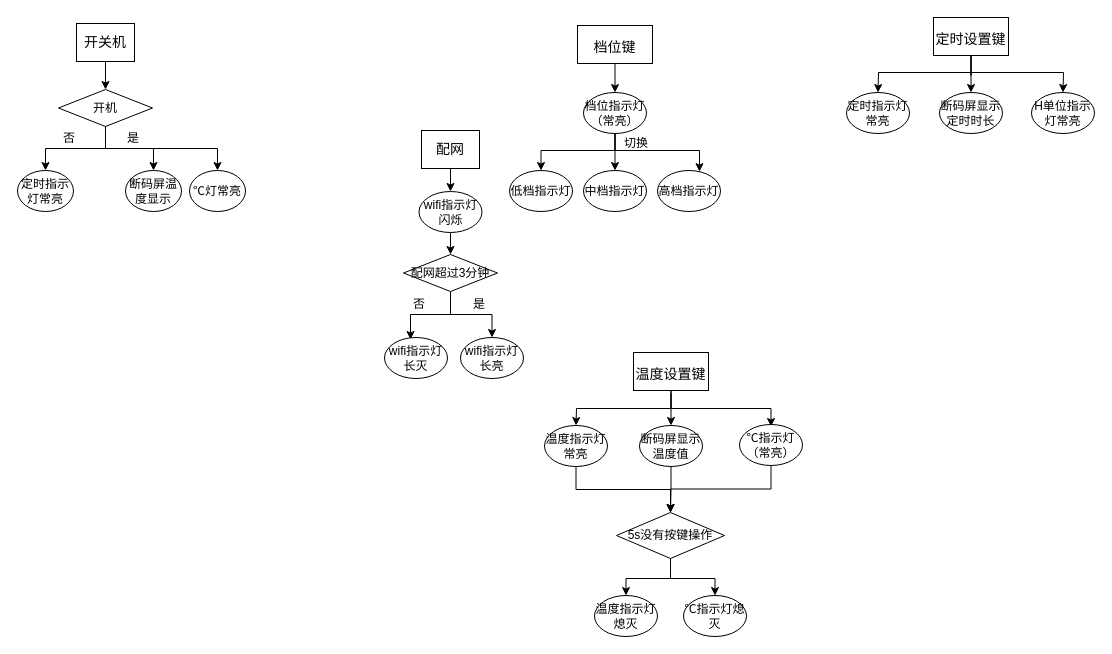
Earlier version of the draw.io diagram led_frame.drawio (JeffYec/Jeff). Source tidied: cells renumbered, new cells numbered last; positions are measured from the earlier drawing's top-left corner, leaving out a move shared by most shapes. Both pictures are drawn from the tidied source at 100%, with x=0, y=0 at pixel (17, 17).
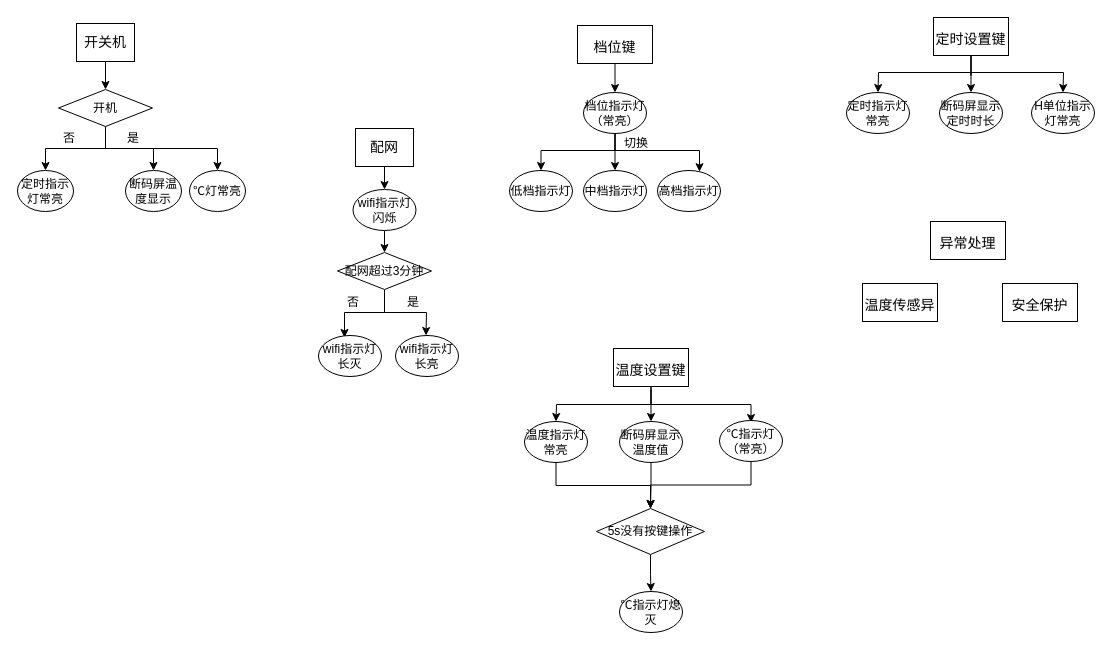
The same page after the edit.

Diff of the diagram source:
```diff
@@
     <mxCell id="6" style="edgeStyle=orthogonalEdgeStyle;rounded=0;jettySize=auto;html=1;" parent="1" edge="1" source="9" target="30">
       <mxGeometry relative="1" as="geometry">
         <Array as="points">
-          <mxPoint x="654" y="391" />
-          <mxPoint x="559" y="391" />
+          <mxPoint x="634" y="387" />
+          <mxPoint x="539" y="387" />
         </Array>
       </mxGeometry>
     </mxCell>
     <mxCell id="7" style="edgeStyle=orthogonalEdgeStyle;rounded=0;orthogonalLoop=1;jettySize=auto;html=1;exitX=0.5;exitY=1;exitDx=0;exitDy=0;" parent="1" edge="1">
       <mxGeometry relative="1" as="geometry">
-        <mxPoint x="653.5" y="376" as="sourcePoint" />
-        <mxPoint x="753.5" y="409" as="targetPoint" />
+        <mxPoint x="633.5" y="372" as="sourcePoint" />
+        <mxPoint x="733.5" y="405" as="targetPoint" />
         <Array as="points">
-          <mxPoint x="654" y="391" />
-          <mxPoint x="754" y="391" />
+          <mxPoint x="634" y="387" />
+          <mxPoint x="734" y="387" />
         </Array>
       </mxGeometry>
     </mxCell>
@@
     <mxCell id="9" value="&lt;span style=&quot;font-size: 14px&quot;&gt;温度设置键&lt;/span&gt;" style="rounded=0;whiteSpace=wrap;html=1;fontSize=24;" parent="1" vertex="1">
-      <mxGeometry x="616" y="335" width="75" height="38" as="geometry" />
+      <mxGeometry x="596" y="331" width="75" height="38" as="geometry" />
     </mxCell>
@@
     <mxCell id="15" value="配网" style="rounded=0;whiteSpace=wrap;html=1;fontSize=14;" parent="1" vertex="1">
-      <mxGeometry x="404" y="113" width="58" height="38" as="geometry" />
+      <mxGeometry x="338" y="111" width="58" height="38" as="geometry" />
     </mxCell>
@@
     <mxCell id="17" value="wifi指示灯闪烁" style="ellipse;whiteSpace=wrap;html=1;" parent="1" vertex="1">
-      <mxGeometry x="401.5" y="174" width="63" height="41" as="geometry" />
+      <mxGeometry x="335.5" y="172" width="63" height="41" as="geometry" />
     </mxCell>
@@
-    <mxCell id="19" style="edgeStyle=orthogonalEdgeStyle;rounded=0;jettySize=auto;html=1;exitX=0.5;exitY=1;exitDx=0;exitDy=0;entryX=0.5;entryY=0;entryDx=0;entryDy=0;" parent="1" edge="1" source="20" target="34">
-      <mxGeometry relative="1" as="geometry" />
+    <mxCell id="19" style="edgeStyle=orthogonalEdgeStyle;rounded=0;jettySize=auto;html=1;exitX=0.5;exitY=1;exitDx=0;exitDy=0;entryX=0.5;entryY=0;entryDx=0;entryDy=0;" parent="1" edge="1" source="20">
+      <mxGeometry relative="1" as="geometry">
+        <mxPoint x="408.5" y="318" as="targetPoint" />
+      </mxGeometry>
     </mxCell>
     <mxCell id="20" value="配网超过3分钟" style="rhombus;whiteSpace=wrap;html=1;" parent="1" vertex="1">
-      <mxGeometry x="386" y="237" width="94" height="37" as="geometry" />
+      <mxGeometry x="320" y="235" width="94" height="37" as="geometry" />
     </mxCell>
@@
     <mxCell id="30" value="温度指示灯常亮" style="ellipse;whiteSpace=wrap;html=1;" parent="1" vertex="1">
-      <mxGeometry x="527" y="408" width="63" height="41" as="geometry" />
+      <mxGeometry x="507" y="404" width="63" height="41" as="geometry" />
     </mxCell>
@@
     <mxCell id="32" value="℃指示灯（常亮）" style="ellipse;whiteSpace=wrap;html=1;" parent="1" vertex="1">
-      <mxGeometry x="722" y="407" width="63" height="41" as="geometry" />
+      <mxGeometry x="702" y="403" width="63" height="41" as="geometry" />
     </mxCell>
     <mxCell id="33" value="wifi指示灯长灭" style="ellipse;whiteSpace=wrap;html=1;" parent="1" vertex="1">
-      <mxGeometry x="367" y="320" width="63" height="41" as="geometry" />
+      <mxGeometry x="301" y="318" width="63" height="41" as="geometry" />
     </mxCell>
     <mxCell id="34" value="wifi指示灯长亮" style="ellipse;whiteSpace=wrap;html=1;" parent="1" vertex="1">
-      <mxGeometry x="443" y="320" width="63" height="41" as="geometry" />
+      <mxGeometry x="378" y="318" width="63" height="41" as="geometry" />
     </mxCell>
     <mxCell id="35" value="否" style="text;html=1;strokeColor=none;fillColor=none;align=center;verticalAlign=middle;whiteSpace=wrap;rounded=0;" parent="1" vertex="1">
-      <mxGeometry x="372" y="272" width="60" height="30" as="geometry" />
+      <mxGeometry x="306" y="270" width="60" height="30" as="geometry" />
     </mxCell>
     <mxCell id="36" value="是" style="text;html=1;strokeColor=none;fillColor=none;align=center;verticalAlign=middle;whiteSpace=wrap;rounded=0;" parent="1" vertex="1">
-      <mxGeometry x="432" y="272" width="60" height="30" as="geometry" />
+      <mxGeometry x="366" y="270" width="60" height="30" as="geometry" />
     </mxCell>
-    <mxCell id="37" style="edgeStyle=orthogonalEdgeStyle;rounded=0;jettySize=auto;html=1;exitX=0.5;exitY=1;exitDx=0;exitDy=0;" parent="1" edge="1" source="39" target="40">
-      <mxGeometry relative="1" as="geometry" />
-    </mxCell>
@@
     <mxCell id="39" value="5s没有按键操作" style="rhombus;whiteSpace=wrap;html=1;" parent="1" vertex="1">
-      <mxGeometry x="599" y="495" width="108" height="46" as="geometry" />
+      <mxGeometry x="579" y="491" width="108" height="46" as="geometry" />
     </mxCell>
-    <mxCell id="40" value="温度指示灯熄灭" style="ellipse;whiteSpace=wrap;html=1;" parent="1" vertex="1">
-      <mxGeometry x="577" y="578" width="63" height="41" as="geometry" />
-    </mxCell>
     <mxCell id="41" value="℃指示灯熄灭" style="ellipse;whiteSpace=wrap;html=1;" parent="1" vertex="1">
-      <mxGeometry x="666" y="578" width="63" height="41" as="geometry" />
+      <mxGeometry x="602" y="574" width="63" height="41" as="geometry" />
     </mxCell>
@@
     <mxCell id="43" value="断码屏显示温度值" style="ellipse;whiteSpace=wrap;html=1;" parent="1" vertex="1">
-      <mxGeometry x="622" y="408" width="63" height="41" as="geometry" />
+      <mxGeometry x="602" y="404" width="63" height="41" as="geometry" />
     </mxCell>
@@
+    <mxCell id="56" value="&lt;span style=&quot;font-size: 14px&quot;&gt;异常处理&lt;/span&gt;" style="rounded=0;whiteSpace=wrap;html=1;fontSize=24;" parent="1" vertex="1">
+      <mxGeometry x="913" y="204" width="75" height="38" as="geometry" />
+    </mxCell>
+    <mxCell id="57" value="&lt;div&gt;&lt;span style=&quot;font-size: 14px ; line-height: 1&quot;&gt;温度传感异&lt;/span&gt;&lt;/div&gt;" style="rounded=0;whiteSpace=wrap;html=1;fontSize=24;align=center;" parent="1" vertex="1">
+      <mxGeometry x="845" y="266" width="75" height="38" as="geometry" />
+    </mxCell>
+    <mxCell id="58" value="&lt;div&gt;&lt;span style=&quot;font-size: 14px ; line-height: 1&quot;&gt;安全保护&lt;/span&gt;&lt;/div&gt;" style="rounded=0;whiteSpace=wrap;html=1;fontSize=24;align=center;" parent="1" vertex="1">
+      <mxGeometry x="985" y="266" width="75" height="38" as="geometry" />
+    </mxCell>
```
